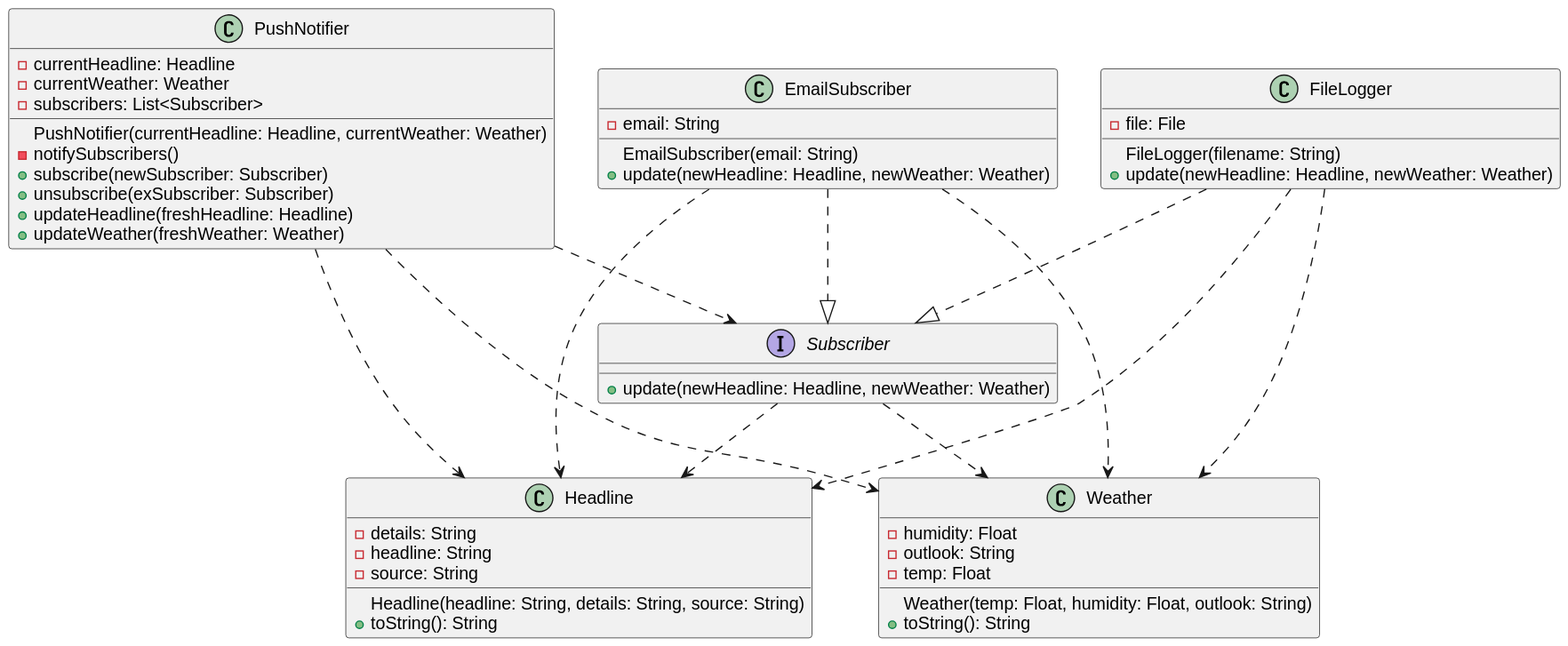
HowDoIGitHelp/CMSC23MDNotes keeps this PlantUML diagram as Markdown Lecture Notes and Lab Exercises/uml/umlOutputs/WeatherNotifier.svg. Above is the earlier version.
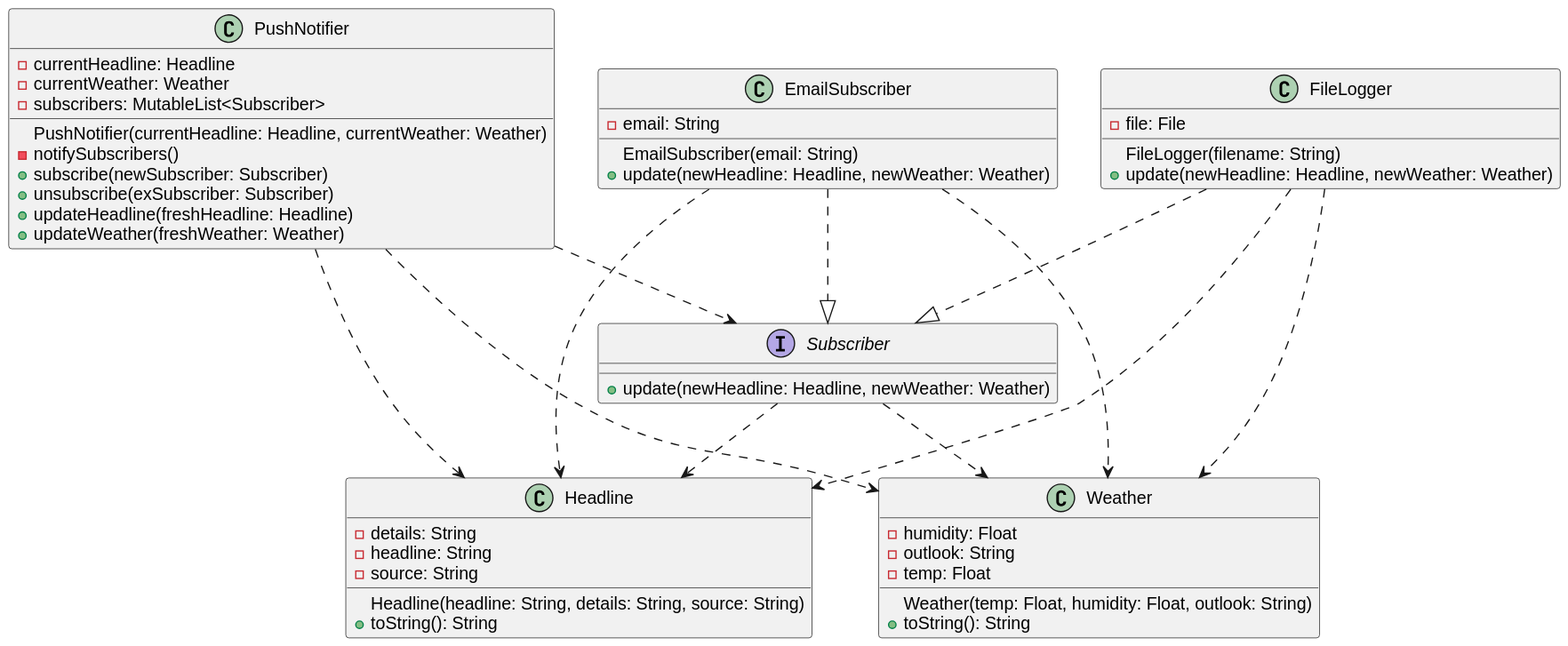
After the commit.

Commit message:
change subscriber types from List to MutableList

What changed in the source:
```diff
@@ -4,7 +4,7 @@
     PushNotifier(currentHeadline: Headline, currentWeather: Weather)
     - currentHeadline: Headline
     - currentWeather: Weather
-    - subscribers: List<Subscriber>
+    - subscribers: MutableList<Subscriber>
     - notifySubscribers()
     + subscribe(newSubscriber: Subscriber)
     + unsubscribe(exSubscriber: Subscriber)
```
